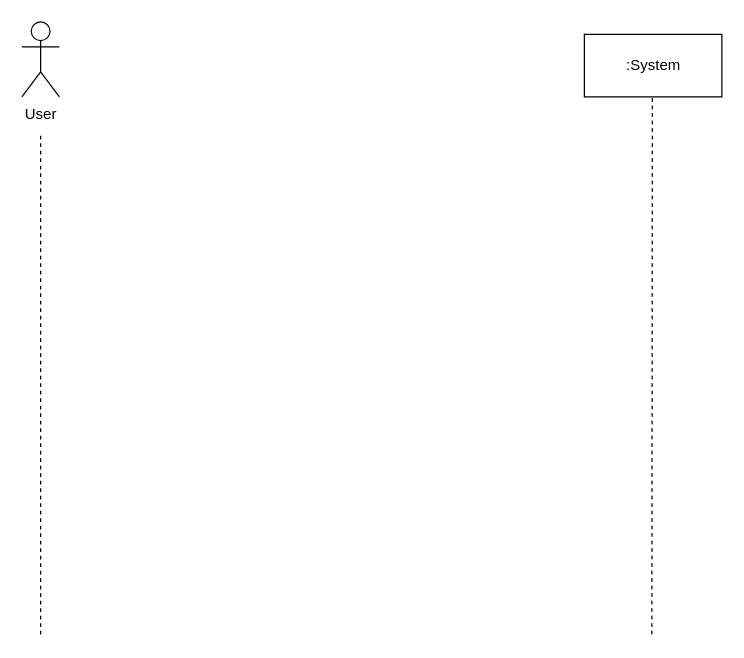
Esaied19/Team-Albatross keeps this draw.io diagram as SSD - Set Calories Goal.drawio. Above is the earlier version. Source tidied: cells renumbered, new cells numbered last; positions are measured from the earlier drawing's top-left corner, leaving out a move shared by most shapes. Both pictures are drawn from the tidied source at 125%, with x=0, y=0 at pixel (21, 21).
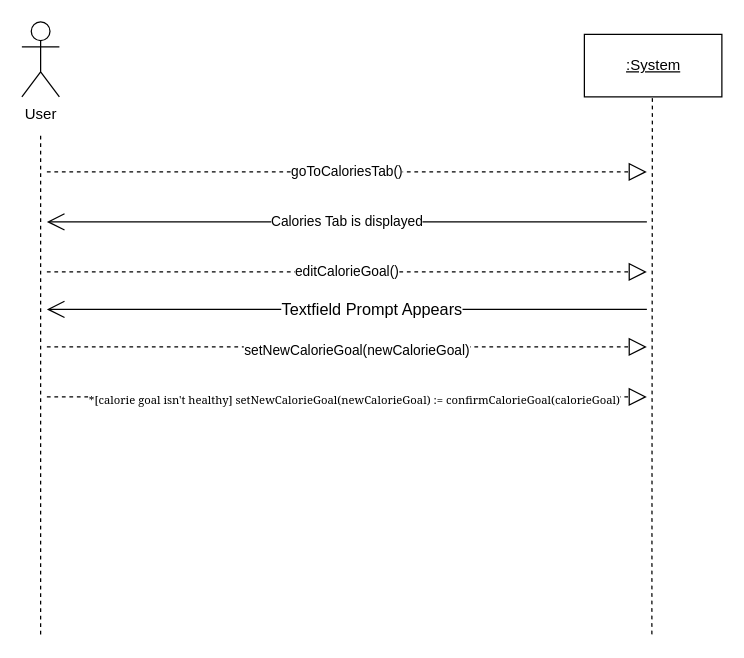
Above is the later version.

Change to the diagram source:
```diff
@@
-    <mxCell id="3" value=":System" style="html=1;" parent="1" vertex="1">
+    <mxCell id="3" value="&lt;u&gt;:System&lt;/u&gt;" style="html=1;" parent="1" vertex="1">
       <mxGeometry x="450" y="10" width="110" height="50" as="geometry" />
     </mxCell>
@@
+    <mxCell id="6" value="Calories Tab is displayed" style="endArrow=open;endFill=1;endSize=12;html=1;rounded=0;" parent="1" edge="1">
+      <mxGeometry relative="1" as="geometry">
+        <mxPoint x="500" y="160" as="sourcePoint" />
+        <mxPoint x="20" y="160" as="targetPoint" />
+      </mxGeometry>
+    </mxCell>
+    <mxCell id="7" value="goToCaloriesTab()" style="endArrow=block;dashed=1;endFill=0;endSize=12;html=1;rounded=0;" parent="1" edge="1">
+      <mxGeometry relative="1" as="geometry">
+        <mxPoint x="20" y="120" as="sourcePoint" />
+        <mxPoint x="500" y="120" as="targetPoint" />
+      </mxGeometry>
+    </mxCell>
+    <mxCell id="8" style="endArrow=open;endFill=1;endSize=12;html=1;rounded=0;" parent="1" edge="1">
+      <mxGeometry relative="1" as="geometry">
+        <mxPoint x="500" y="230" as="sourcePoint" />
+        <mxPoint x="20" y="230" as="targetPoint" />
+      </mxGeometry>
+    </mxCell>
+    <mxCell id="9" value="&lt;span style=&quot;font-size: 13px ; color: #000000 ; font-weight: normal ; text-decoration: none ; font-family: &amp;#34;arial&amp;#34; ; font-style: normal&quot;&gt;Textfield Prompt Appears&lt;/span&gt;" style="edgeLabel;html=1;align=center;verticalAlign=middle;" parent="8" vertex="1">
+      <mxGeometry x="-0.08" y="-1" relative="1" as="geometry" />
+    </mxCell>
+    <mxCell id="10" value="editCalorieGoal()" style="endArrow=block;dashed=1;endFill=0;endSize=12;html=1;rounded=0;" parent="1" edge="1">
+      <mxGeometry relative="1" as="geometry">
+        <mxPoint x="20" y="200" as="sourcePoint" />
+        <mxPoint x="500" y="200" as="targetPoint" />
+      </mxGeometry>
+    </mxCell>
+    <mxCell id="11" style="endArrow=block;dashed=1;endFill=0;endSize=12;html=1;rounded=0;" parent="1" edge="1">
+      <mxGeometry relative="1" as="geometry">
+        <mxPoint x="20" y="260" as="sourcePoint" />
+        <mxPoint x="500" y="260" as="targetPoint" />
+      </mxGeometry>
+    </mxCell>
+    <mxCell id="12" value="setNewCalorieGoal(newCalorieGoal)" style="edgeLabel;html=1;align=center;verticalAlign=middle;" parent="11" vertex="1">
+      <mxGeometry x="0.03" y="-2" relative="1" as="geometry" />
+    </mxCell>
+    <mxCell id="13" style="endArrow=block;dashed=1;endFill=0;endSize=12;html=1;rounded=0;" parent="1" edge="1">
+      <mxGeometry relative="1" as="geometry">
+        <mxPoint x="20" y="300" as="sourcePoint" />
+        <mxPoint x="500" y="300" as="targetPoint" />
+      </mxGeometry>
+    </mxCell>
+    <mxCell id="14" value="&lt;font face=&quot;Georgia&quot;&gt;&lt;br&gt;&lt;font style=&quot;font-size: 9px&quot;&gt;*[calorie goal isn't healthy] setNewCalorieGoal(newCalorieGoal)  := &lt;/font&gt;&lt;font style=&quot;font-size: 9px&quot;&gt;confirmCalorieGoal(calorieGoal) &lt;/font&gt;&lt;br&gt;&lt;br&gt;&lt;/font&gt;" style="edgeLabel;html=1;align=center;verticalAlign=middle;fontSize=9;" parent="13" vertex="1">
+      <mxGeometry x="0.02" y="-2" relative="1" as="geometry" />
+    </mxCell>
```
